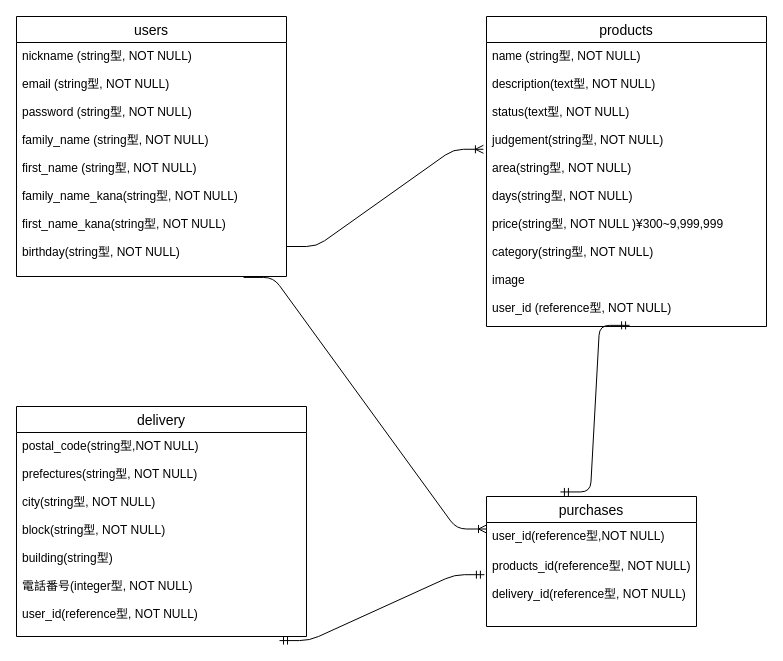
Before: furima.dio in Sakenomi22/furima-35696, a draw.io diagram. Source tidied: cells renumbered, new cells numbered last; positions are measured from the earlier drawing's top-left corner, leaving out a move shared by most shapes. Both pictures are drawn from the tidied source at 100%, with x=0, y=0 at pixel (16, 16).
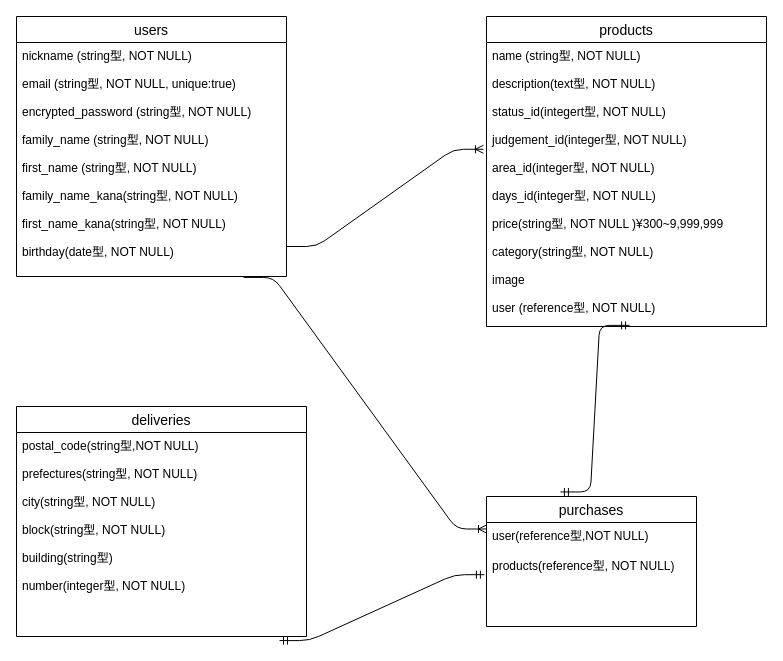
Above is the later version.

Change to the diagram source:
```diff
@@
 <mxGraphModel>
   <root>
     <mxCell id="0" />
     <mxCell id="1" parent="0" />
     <mxCell id="2" value="users" style="swimlane;fontStyle=0;horizontal=1;startSize=26;align=center;fontSize=14;" parent="1" vertex="1">
       <mxGeometry width="270" height="260" as="geometry" />
     </mxCell>
-    <mxCell id="3" value="nickname (string型, NOT NULL)&#10;&#10;email (string型, NOT NULL)&#10;&#10;password (string型, NOT NULL)&#10;&#10;family_name (string型, NOT NULL)&#10;&#10;first_name (string型, NOT NULL)&#10;&#10;family_name_kana(string型, NOT NULL)&#10;&#10;first_name_kana(string型, NOT NULL)&#10;&#10;birthday(string型, NOT NULL)" style="text;strokeColor=none;fillColor=none;spacingLeft=4;spacingRight=4;overflow=hidden;points=[[0,0.5],[1,0.5]];portConstraint=eastwest;fontSize=12;" parent="2" vertex="1">
+    <mxCell id="3" value="nickname (string型, NOT NULL)&#10;&#10;email (string型, NOT NULL, unique:true)&#10;&#10;encrypted_password (string型, NOT NULL)&#10;&#10;family_name (string型, NOT NULL)&#10;&#10;first_name (string型, NOT NULL)&#10;&#10;family_name_kana(string型, NOT NULL)&#10;&#10;first_name_kana(string型, NOT NULL)&#10;&#10;birthday(date型, NOT NULL)" style="text;strokeColor=none;fillColor=none;spacingLeft=4;spacingRight=4;overflow=hidden;points=[[0,0.5],[1,0.5]];portConstraint=eastwest;fontSize=12;" parent="2" vertex="1">
       <mxGeometry y="26" width="270" height="234" as="geometry" />
     </mxCell>
     <mxCell id="4" value="products" style="swimlane;fontStyle=0;horizontal=1;startSize=26;align=center;fontSize=14;" parent="1" vertex="1">
       <mxGeometry x="470" width="280" height="310" as="geometry" />
     </mxCell>
-    <mxCell id="5" value="name (string型, NOT NULL)&#10;&#10;description(text型, NOT NULL)&#10;&#10;status(text型, NOT NULL)&#10;&#10;judgement(string型, NOT NULL)&#10;&#10;area(string型, NOT NULL)&#10;&#10;days(string型, NOT NULL)&#10;&#10;price(string型, NOT NULL )¥300~9,999,999&#10;&#10;category(string型, NOT NULL)&#10;&#10;image&#10;&#10;user_id (reference型, NOT NULL)&#10;&#10;&#10;&#10;&#10;" style="text;strokeColor=none;fillColor=none;spacingLeft=4;spacingRight=4;overflow=hidden;points=[[0,0.5],[1,0.5]];portConstraint=eastwest;fontSize=12;" parent="4" vertex="1">
+    <mxCell id="5" value="name (string型, NOT NULL)&#10;&#10;description(text型, NOT NULL)&#10;&#10;status_id(integert型, NOT NULL)&#10;&#10;judgement_id(integer型, NOT NULL)&#10;&#10;area_id(integer型, NOT NULL)&#10;&#10;days_id(integer型, NOT NULL)&#10;&#10;price(string型, NOT NULL )¥300~9,999,999&#10;&#10;category(string型, NOT NULL)&#10;&#10;image&#10;&#10;user (reference型, NOT NULL)&#10;&#10;&#10;&#10;&#10;" style="text;strokeColor=none;fillColor=none;spacingLeft=4;spacingRight=4;overflow=hidden;points=[[0,0.5],[1,0.5]];portConstraint=eastwest;fontSize=12;" parent="4" vertex="1">
       <mxGeometry y="26" width="280" height="284" as="geometry" />
     </mxCell>
-    <mxCell id="6" value="delivery" style="swimlane;fontStyle=0;horizontal=1;startSize=26;align=center;fontSize=14;" parent="1" vertex="1">
+    <mxCell id="6" value="deliveries" style="swimlane;fontStyle=0;horizontal=1;startSize=26;align=center;fontSize=14;" parent="1" vertex="1">
       <mxGeometry y="390" width="290" height="230" as="geometry" />
     </mxCell>
-    <mxCell id="7" value="postal_code(string型,NOT NULL)&#10;&#10;prefectures(string型, NOT NULL)&#10;&#10;city(string型, NOT NULL)&#10;&#10;block(string型, NOT NULL)&#10;&#10;building(string型)&#10;&#10;電話番号(integer型, NOT NULL)&#10;&#10;user_id(reference型, NOT NULL)&#10;&#10;&#10;&#10;&#10;&#10;&#10;" style="text;strokeColor=none;fillColor=none;spacingLeft=4;spacingRight=4;overflow=hidden;points=[[0,0.5],[1,0.5]];portConstraint=eastwest;fontSize=12;" parent="6" vertex="1">
+    <mxCell id="7" value="postal_code(string型,NOT NULL)&#10;&#10;prefectures(string型, NOT NULL)&#10;&#10;city(string型, NOT NULL)&#10;&#10;block(string型, NOT NULL)&#10;&#10;building(string型)&#10;&#10;number(integer型, NOT NULL)&#10;&#10;&#10;&#10;&#10;&#10;&#10;" style="text;strokeColor=none;fillColor=none;spacingLeft=4;spacingRight=4;overflow=hidden;points=[[0,0.5],[1,0.5]];portConstraint=eastwest;fontSize=12;" parent="6" vertex="1">
       <mxGeometry y="26" width="290" height="204" as="geometry" />
     </mxCell>
     <mxCell id="8" style="edgeStyle=entityRelationEdgeStyle;fontSize=12;html=1;endArrow=ERoneToMany;entryX=-0.011;entryY=0.376;entryDx=0;entryDy=0;entryPerimeter=0;" parent="1" edge="1" target="5">
       <mxGeometry relative="1" as="geometry">
         <mxPoint x="270" y="230" as="sourcePoint" />
       </mxGeometry>
     </mxCell>
     <mxCell id="9" value="purchases" style="swimlane;fontStyle=0;horizontal=1;startSize=26;align=center;fontSize=14;" parent="1" vertex="1">
       <mxGeometry x="470" y="480" width="210" height="130" as="geometry" />
     </mxCell>
-    <mxCell id="10" value="user_id(reference型,NOT NULL)&#10;" style="text;strokeColor=none;fillColor=none;spacingLeft=4;spacingRight=4;overflow=hidden;fontSize=12;" parent="9" vertex="1">
+    <mxCell id="10" value="user(reference型,NOT NULL)&#10;" style="text;strokeColor=none;fillColor=none;spacingLeft=4;spacingRight=4;overflow=hidden;fontSize=12;" parent="9" vertex="1">
       <mxGeometry y="26" width="210" height="30" as="geometry" />
     </mxCell>
-    <mxCell id="11" value="products_id(reference型, NOT NULL)&#10;&#10;delivery_id(reference型, NOT NULL)&#10;" style="text;strokeColor=none;fillColor=none;spacingLeft=4;spacingRight=4;overflow=hidden;points=[[0,0.5],[1,0.5]];portConstraint=eastwest;fontSize=12;" parent="9" vertex="1">
+    <mxCell id="11" value="products(reference型, NOT NULL)" style="text;strokeColor=none;fillColor=none;spacingLeft=4;spacingRight=4;overflow=hidden;points=[[0,0.5],[1,0.5]];portConstraint=eastwest;fontSize=12;" parent="9" vertex="1">
       <mxGeometry y="56" width="210" height="74" as="geometry" />
     </mxCell>
     <mxCell id="12" style="edgeStyle=entityRelationEdgeStyle;fontSize=12;html=1;endArrow=ERoneToMany;entryX=0;entryY=0.25;entryDx=0;entryDy=0;exitX=0.841;exitY=1.004;exitDx=0;exitDy=0;exitPerimeter=0;" parent="1" edge="1" source="3" target="9">
       <mxGeometry relative="1" as="geometry" />
     </mxCell>
     <mxCell id="13" style="edgeStyle=entityRelationEdgeStyle;fontSize=12;html=1;endArrow=ERmandOne;startArrow=ERmandOne;exitX=0.352;exitY=-0.035;exitDx=0;exitDy=0;exitPerimeter=0;entryX=0.511;entryY=0.996;entryDx=0;entryDy=0;entryPerimeter=0;" parent="1" edge="1" source="9" target="5">
       <mxGeometry relative="1" as="geometry" />
     </mxCell>
     <mxCell id="14" style="edgeStyle=entityRelationEdgeStyle;fontSize=12;html=1;endArrow=ERmandOne;startArrow=ERmandOne;entryX=-0.01;entryY=0.3;entryDx=0;entryDy=0;entryPerimeter=0;exitX=0.907;exitY=1.02;exitDx=0;exitDy=0;exitPerimeter=0;" parent="1" edge="1" source="7" target="11">
       <mxGeometry relative="1" as="geometry" />
     </mxCell>
   </root>
 </mxGraphModel>
```
